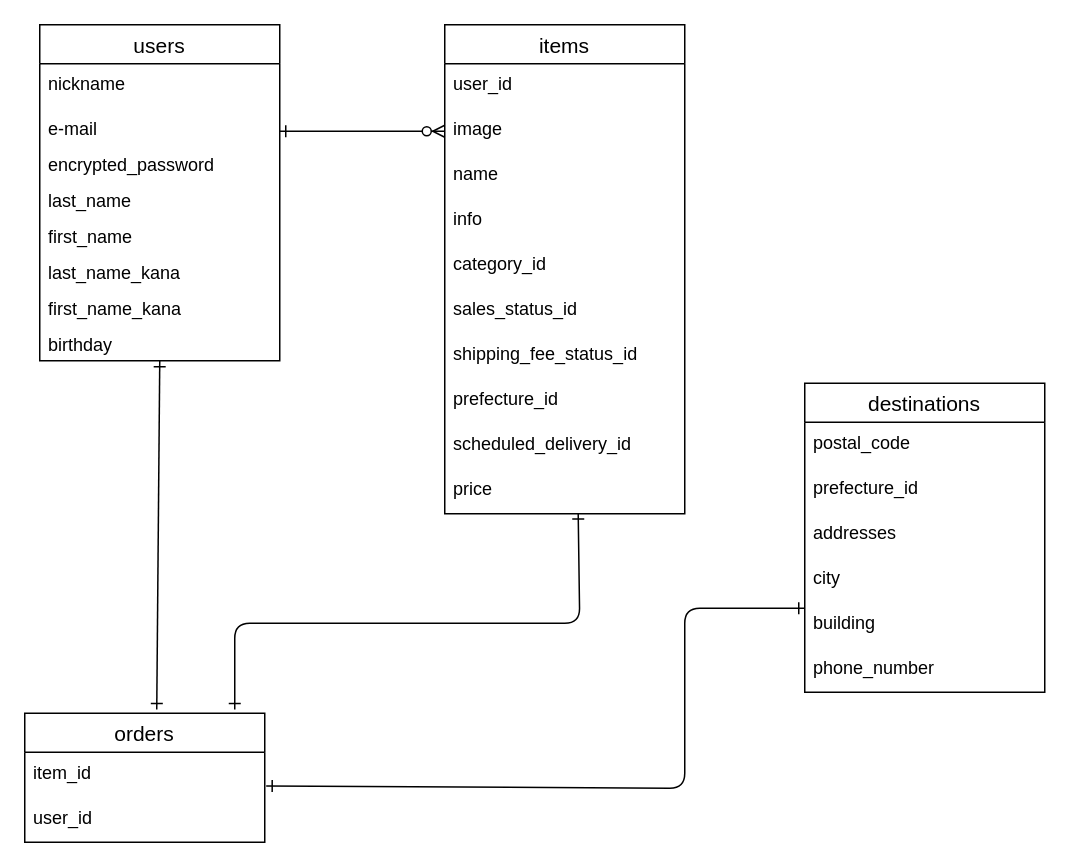
This is test.dio from hide-wq/furima-38120, a draw.io file, before an edit. Source tidied: cells renumbered, new cells numbered last; positions are measured from the earlier drawing's top-left corner, leaving out a move shared by most shapes. Both pictures are drawn from the tidied source at 150%, with x=0, y=0 at pixel (24, 24).
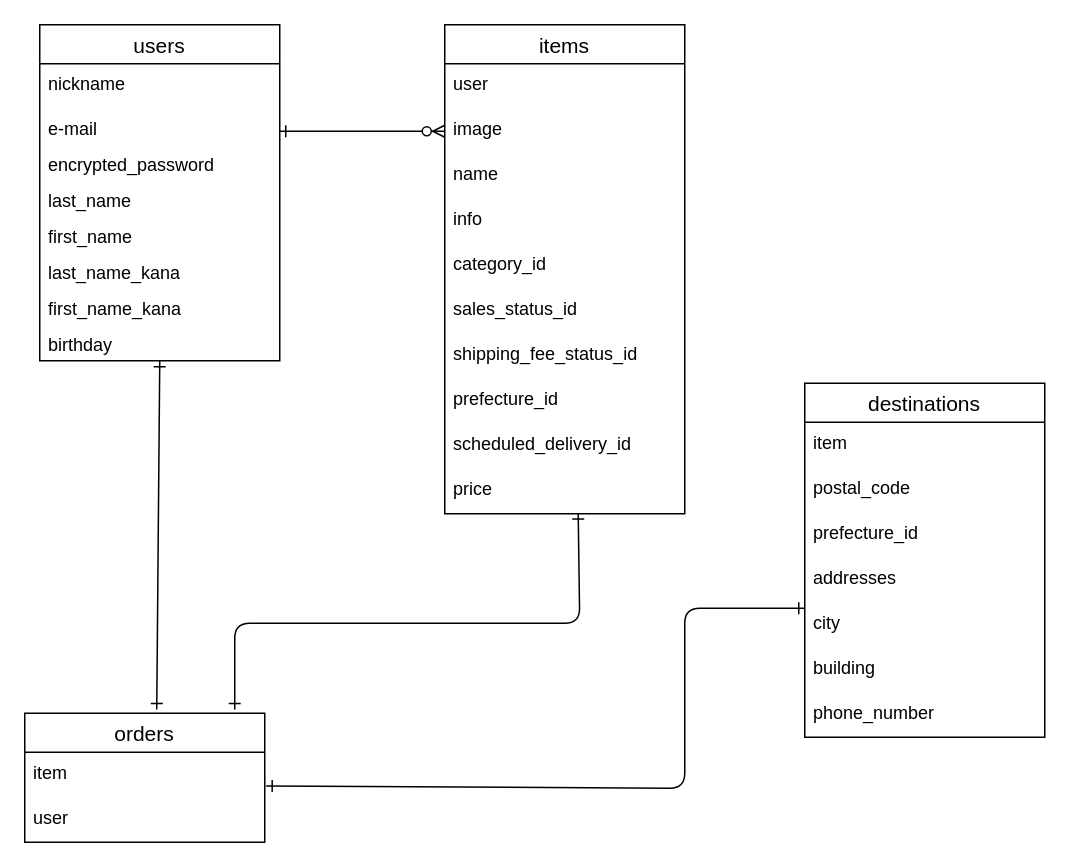
The same diagram, later.

Unchanged cells that the change refers to:
```xml
<mxCell id="11" value="items" style="swimlane;fontStyle=0;horizontal=1;startSize=26;align=center;fontSize=14;" parent="1" vertex="1">
  <mxGeometry x="280" width="160" height="326" as="geometry" />
</mxCell>
<mxCell id="30" value="orders" style="swimlane;fontStyle=0;horizontal=1;startSize=26;align=center;fontSize=14;" parent="1" vertex="1">
  <mxGeometry y="459" width="160" height="86" as="geometry" />
</mxCell>
```

Diff of the diagram source:
```diff
@@
-    <mxCell id="12" value="user_id" style="text;strokeColor=none;fillColor=none;spacingLeft=4;spacingRight=4;overflow=hidden;fontSize=12;" parent="11" vertex="1">
+    <mxCell id="12" value="user" style="text;strokeColor=none;fillColor=none;spacingLeft=4;spacingRight=4;overflow=hidden;fontSize=12;" parent="11" vertex="1">
       <mxGeometry y="26" width="160" height="30" as="geometry" />
     </mxCell>
@@
     <mxCell id="23" value="destinations" style="swimlane;fontStyle=0;horizontal=1;startSize=26;align=center;fontSize=14;" parent="1" vertex="1">
-      <mxGeometry x="520" y="239" width="160" height="206" as="geometry" />
+      <mxGeometry x="520" y="239" width="160" height="236" as="geometry" />
     </mxCell>
+    <mxCell id="36" value="item" style="text;strokeColor=none;fillColor=none;spacingLeft=4;spacingRight=4;overflow=hidden;fontSize=12;" parent="23" vertex="1">
+      <mxGeometry y="26" width="160" height="30" as="geometry" />
+    </mxCell>
     <mxCell id="24" value="postal_code" style="text;strokeColor=none;fillColor=none;spacingLeft=4;spacingRight=4;overflow=hidden;fontSize=12;" parent="23" vertex="1">
-      <mxGeometry y="26" width="160" height="30" as="geometry" />
+      <mxGeometry y="56" width="160" height="30" as="geometry" />
     </mxCell>
     <mxCell id="25" value="prefecture_id" style="text;strokeColor=none;fillColor=none;spacingLeft=4;spacingRight=4;overflow=hidden;fontSize=12;" parent="23" vertex="1">
-      <mxGeometry y="56" width="160" height="30" as="geometry" />
+      <mxGeometry y="86" width="160" height="30" as="geometry" />
     </mxCell>
     <mxCell id="26" value="addresses" style="text;strokeColor=none;fillColor=none;spacingLeft=4;spacingRight=4;overflow=hidden;fontSize=12;" parent="23" vertex="1">
-      <mxGeometry y="86" width="160" height="30" as="geometry" />
+      <mxGeometry y="116" width="160" height="30" as="geometry" />
     </mxCell>
     <mxCell id="27" value="city" style="text;strokeColor=none;fillColor=none;spacingLeft=4;spacingRight=4;overflow=hidden;fontSize=12;" parent="23" vertex="1">
-      <mxGeometry y="116" width="160" height="30" as="geometry" />
+      <mxGeometry y="146" width="160" height="30" as="geometry" />
     </mxCell>
     <mxCell id="28" value="building" style="text;strokeColor=none;fillColor=none;spacingLeft=4;spacingRight=4;overflow=hidden;fontSize=12;" parent="23" vertex="1">
-      <mxGeometry y="146" width="160" height="30" as="geometry" />
+      <mxGeometry y="176" width="160" height="30" as="geometry" />
     </mxCell>
     <mxCell id="29" value="phone_number" style="text;strokeColor=none;fillColor=none;spacingLeft=4;spacingRight=4;overflow=hidden;fontSize=12;" parent="23" vertex="1">
-      <mxGeometry y="176" width="160" height="30" as="geometry" />
+      <mxGeometry y="206" width="160" height="30" as="geometry" />
     </mxCell>
@@
-    <mxCell id="31" value="item_id" style="text;strokeColor=none;fillColor=none;spacingLeft=4;spacingRight=4;overflow=hidden;points=[[0,0.5],[1,0.5]];portConstraint=eastwest;fontSize=12;" parent="30" vertex="1">
+    <mxCell id="31" value="item" style="text;strokeColor=none;fillColor=none;spacingLeft=4;spacingRight=4;overflow=hidden;points=[[0,0.5],[1,0.5]];portConstraint=eastwest;fontSize=12;" parent="30" vertex="1">
       <mxGeometry y="26" width="160" height="30" as="geometry" />
     </mxCell>
-    <mxCell id="32" value="user_id" style="text;strokeColor=none;fillColor=none;spacingLeft=4;spacingRight=4;overflow=hidden;fontSize=12;" parent="30" vertex="1">
+    <mxCell id="32" value="user" style="text;strokeColor=none;fillColor=none;spacingLeft=4;spacingRight=4;overflow=hidden;fontSize=12;" parent="30" vertex="1">
       <mxGeometry y="56" width="160" height="30" as="geometry" />
     </mxCell>
```
